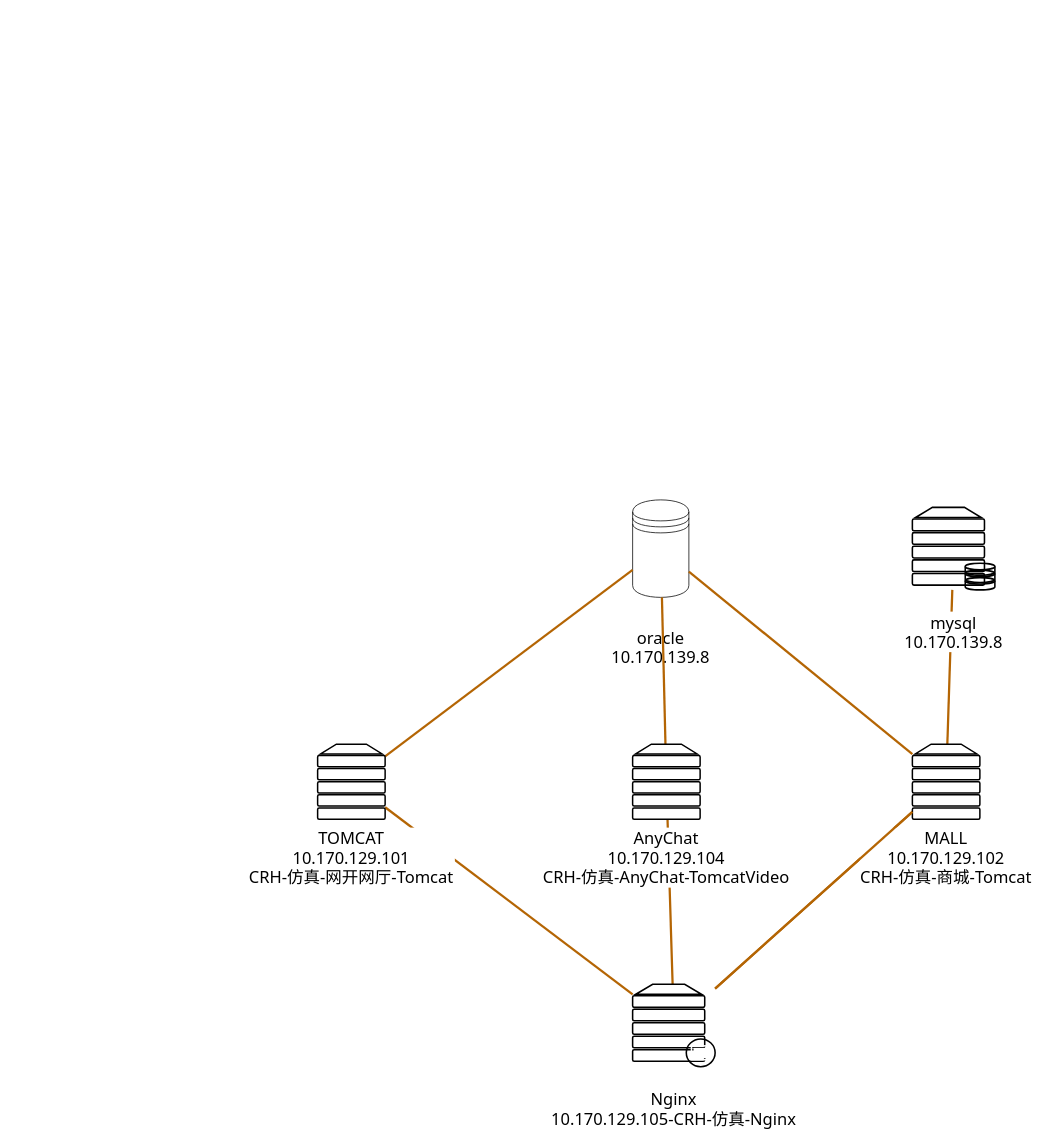
Earlier version of the draw.io diagram page "仿真环境系统逻辑图" (6 of 6) of 财人汇物理.drawio (chengs2035/draw.io). Source tidied: cells renumbered, new cells numbered last; positions are measured from the earlier drawing's top-left corner, leaving out a move shared by most shapes. Both pictures are drawn from the tidied source at 75%, with x=0, y=0 at pixel (317, 500).
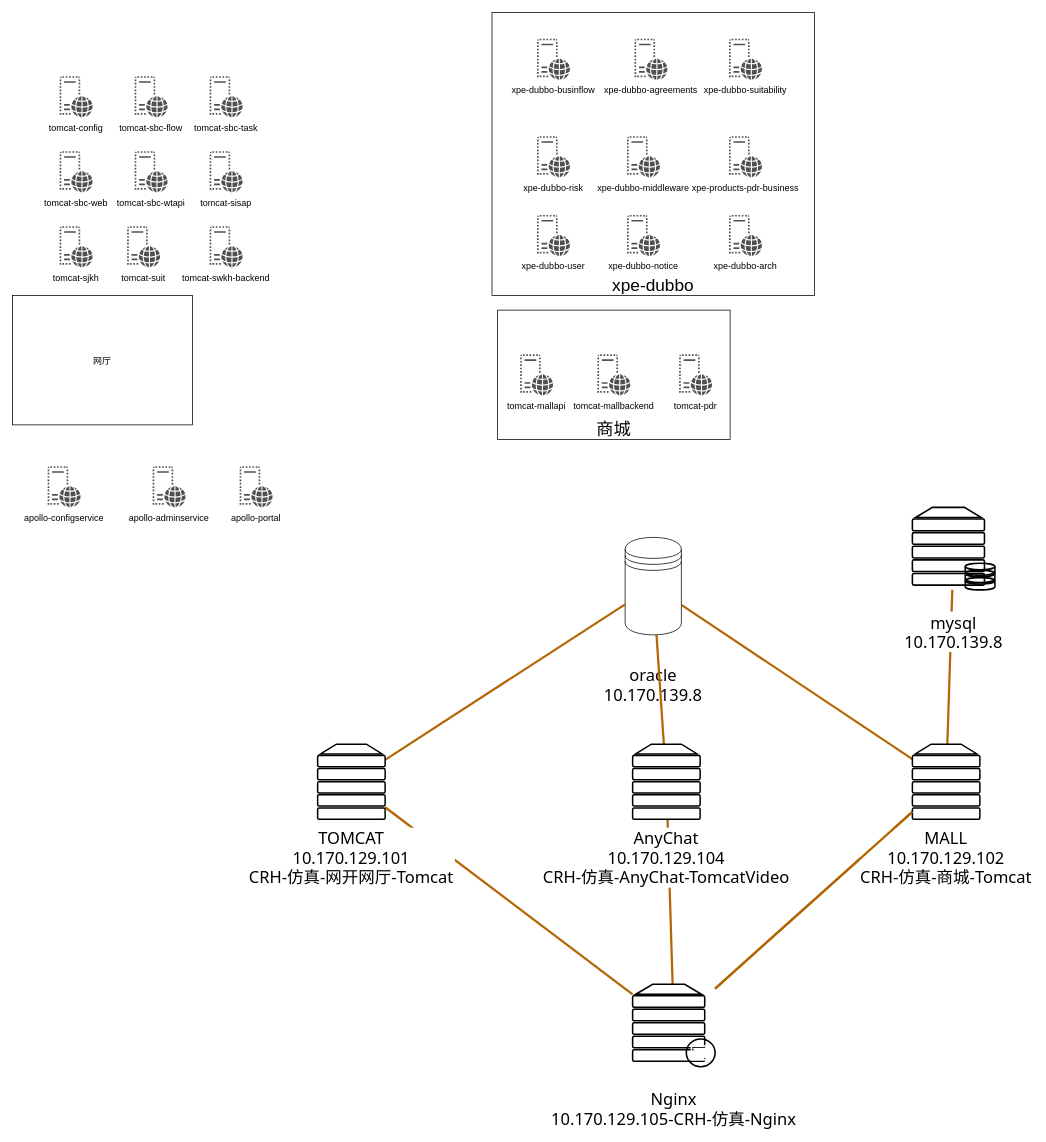
The same page after the edit.

What changed in the source:
```diff
@@
     <mxCell id="2" value="oracle&#10;10.170.139.8" style="shape=datastore;verticalAlign=middle;spacingBottom=0;fillColor=none;labelBackgroundColor=default;fontFamily=Tahoma;spacing=2;fontSize=22;labelPosition=center;verticalLabelPosition=bottom;align=center;" parent="1" vertex="1">
-      <mxGeometry x="420" width="75" height="130" as="geometry" />
+      <mxGeometry x="410" y="50" width="75" height="130" as="geometry" />
     </mxCell>
@@
+    <mxCell id="16" value="tomcat-config" style="sketch=0;shadow=0;dashed=0;strokeColor=none;fillColor=#505050;labelPosition=center;verticalLabelPosition=bottom;verticalAlign=top;align=center;shape=mxgraph.office.servers.virtual_web_server;" parent="1" vertex="1">
+      <mxGeometry x="-344" y="-565" width="44" height="55" as="geometry" />
+    </mxCell>
+    <mxCell id="17" value="tomcat-sbc-flow" style="sketch=0;shadow=0;dashed=0;strokeColor=none;fillColor=#505050;labelPosition=center;verticalLabelPosition=bottom;verticalAlign=top;align=center;shape=mxgraph.office.servers.virtual_web_server;" parent="1" vertex="1">
+      <mxGeometry x="-244" y="-565" width="44" height="55" as="geometry" />
+    </mxCell>
+    <mxCell id="18" value="tomcat-sbc-task" style="sketch=0;shadow=0;dashed=0;strokeColor=none;fillColor=#505050;labelPosition=center;verticalLabelPosition=bottom;verticalAlign=top;align=center;shape=mxgraph.office.servers.virtual_web_server;" parent="1" vertex="1">
+      <mxGeometry x="-144" y="-565" width="44" height="55" as="geometry" />
+    </mxCell>
+    <mxCell id="19" value="tomcat-sbc-web" style="sketch=0;shadow=0;dashed=0;strokeColor=none;fillColor=#505050;labelPosition=center;verticalLabelPosition=bottom;verticalAlign=top;align=center;shape=mxgraph.office.servers.virtual_web_server;" parent="1" vertex="1">
+      <mxGeometry x="-344" y="-465" width="44" height="55" as="geometry" />
+    </mxCell>
+    <mxCell id="20" value="tomcat-sbc-wtapi" style="sketch=0;shadow=0;dashed=0;strokeColor=none;fillColor=#505050;labelPosition=center;verticalLabelPosition=bottom;verticalAlign=top;align=center;shape=mxgraph.office.servers.virtual_web_server;" parent="1" vertex="1">
+      <mxGeometry x="-244" y="-465" width="44" height="55" as="geometry" />
+    </mxCell>
+    <mxCell id="21" value="tomcat-sisap" style="sketch=0;shadow=0;dashed=0;strokeColor=none;fillColor=#505050;labelPosition=center;verticalLabelPosition=bottom;verticalAlign=top;align=center;shape=mxgraph.office.servers.virtual_web_server;" parent="1" vertex="1">
+      <mxGeometry x="-144" y="-465" width="44" height="55" as="geometry" />
+    </mxCell>
+    <mxCell id="22" value="tomcat-sjkh" style="sketch=0;shadow=0;dashed=0;strokeColor=none;fillColor=#505050;labelPosition=center;verticalLabelPosition=bottom;verticalAlign=top;align=center;shape=mxgraph.office.servers.virtual_web_server;" parent="1" vertex="1">
+      <mxGeometry x="-344" y="-365" width="44" height="55" as="geometry" />
+    </mxCell>
+    <mxCell id="23" value="tomcat-suit" style="sketch=0;shadow=0;dashed=0;strokeColor=none;fillColor=#505050;labelPosition=center;verticalLabelPosition=bottom;verticalAlign=top;align=center;shape=mxgraph.office.servers.virtual_web_server;" parent="1" vertex="1">
+      <mxGeometry x="-254" y="-365" width="44" height="55" as="geometry" />
+    </mxCell>
+    <mxCell id="24" value="tomcat-swkh-backend" style="sketch=0;shadow=0;dashed=0;strokeColor=none;fillColor=#505050;labelPosition=center;verticalLabelPosition=bottom;verticalAlign=top;align=center;shape=mxgraph.office.servers.virtual_web_server;" parent="1" vertex="1">
+      <mxGeometry x="-144" y="-365" width="44" height="55" as="geometry" />
+    </mxCell>
+    <mxCell id="25" value="apollo-configservice" style="sketch=0;shadow=0;dashed=0;strokeColor=none;fillColor=#505050;labelPosition=center;verticalLabelPosition=bottom;verticalAlign=top;align=center;shape=mxgraph.office.servers.virtual_web_server;" parent="1" vertex="1">
+      <mxGeometry x="-360" y="-45" width="44" height="55" as="geometry" />
+    </mxCell>
+    <mxCell id="26" value="apollo-adminservice" style="sketch=0;shadow=0;dashed=0;strokeColor=none;fillColor=#505050;labelPosition=center;verticalLabelPosition=bottom;verticalAlign=top;align=center;shape=mxgraph.office.servers.virtual_web_server;" parent="1" vertex="1">
+      <mxGeometry x="-220" y="-45" width="44" height="55" as="geometry" />
+    </mxCell>
+    <mxCell id="27" value="apollo-portal" style="sketch=0;shadow=0;dashed=0;strokeColor=none;fillColor=#505050;labelPosition=center;verticalLabelPosition=bottom;verticalAlign=top;align=center;shape=mxgraph.office.servers.virtual_web_server;" parent="1" vertex="1">
+      <mxGeometry x="-104" y="-45" width="44" height="55" as="geometry" />
+    </mxCell>
+    <mxCell id="28" style="group;fontSize=25;" parent="1" vertex="1">
+      <mxGeometry x="240" y="-253" width="310" height="172.5" as="geometry" />
+    </mxCell>
+    <mxCell id="29" value="商城" style="verticalAlign=bottom;fontSize=23;" parent="28" vertex="1">
+      <mxGeometry width="310" height="172.5" as="geometry" />
+    </mxCell>
+    <mxCell id="30" value="tomcat-mallapi" style="sketch=0;shadow=0;dashed=0;strokeColor=none;fillColor=#505050;labelPosition=center;verticalLabelPosition=bottom;verticalAlign=top;align=center;shape=mxgraph.office.servers.virtual_web_server;" parent="28" vertex="1">
+      <mxGeometry x="30" y="58.8" width="44" height="55" as="geometry" />
+    </mxCell>
+    <mxCell id="31" value="tomcat-mallbackend" style="sketch=0;shadow=0;dashed=0;strokeColor=none;fillColor=#505050;labelPosition=center;verticalLabelPosition=bottom;verticalAlign=top;align=center;shape=mxgraph.office.servers.virtual_web_server;" parent="28" vertex="1">
+      <mxGeometry x="133" y="58.8" width="44" height="55" as="geometry" />
+    </mxCell>
+    <mxCell id="32" value="tomcat-pdr" style="sketch=0;shadow=0;dashed=0;strokeColor=none;fillColor=#505050;labelPosition=center;verticalLabelPosition=bottom;verticalAlign=top;align=center;shape=mxgraph.office.servers.virtual_web_server;" parent="28" vertex="1">
+      <mxGeometry x="242" y="58.8" width="44" height="55" as="geometry" />
+    </mxCell>
+    <mxCell id="33" style="group;" parent="1" vertex="1">
+      <mxGeometry x="232.5" y="-650" width="430" height="377.5" as="geometry" />
+    </mxCell>
+    <mxCell id="34" value="xpe-dubbo" style="verticalAlign=bottom;fontSize=23;" parent="33" vertex="1">
+      <mxGeometry width="430" height="377.5" as="geometry" />
+    </mxCell>
+    <mxCell id="35" value="xpe-dubbo-user" style="sketch=0;shadow=0;dashed=0;strokeColor=none;fillColor=#505050;labelPosition=center;verticalLabelPosition=bottom;verticalAlign=top;align=center;shape=mxgraph.office.servers.virtual_web_server;" parent="33" vertex="1">
+      <mxGeometry x="60" y="270" width="44" height="55" as="geometry" />
+    </mxCell>
+    <mxCell id="36" value="xpe-dubbo-notice" style="sketch=0;shadow=0;dashed=0;strokeColor=none;fillColor=#505050;labelPosition=center;verticalLabelPosition=bottom;verticalAlign=top;align=center;shape=mxgraph.office.servers.virtual_web_server;" parent="33" vertex="1">
+      <mxGeometry x="180" y="270" width="44" height="55" as="geometry" />
+    </mxCell>
+    <mxCell id="37" value="xpe-dubbo-arch" style="sketch=0;shadow=0;dashed=0;strokeColor=none;fillColor=#505050;labelPosition=center;verticalLabelPosition=bottom;verticalAlign=top;align=center;shape=mxgraph.office.servers.virtual_web_server;" parent="33" vertex="1">
+      <mxGeometry x="316" y="270" width="44" height="55" as="geometry" />
+    </mxCell>
+    <mxCell id="38" value="xpe-dubbo-businflow" style="sketch=0;shadow=0;dashed=0;strokeColor=none;fillColor=#505050;labelPosition=center;verticalLabelPosition=bottom;verticalAlign=top;align=center;shape=mxgraph.office.servers.virtual_web_server;" parent="33" vertex="1">
+      <mxGeometry x="60" y="35" width="44" height="55" as="geometry" />
+    </mxCell>
+    <mxCell id="39" value="xpe-dubbo-agreements" style="sketch=0;shadow=0;dashed=0;strokeColor=none;fillColor=#505050;labelPosition=center;verticalLabelPosition=bottom;verticalAlign=top;align=center;shape=mxgraph.office.servers.virtual_web_server;" parent="33" vertex="1">
+      <mxGeometry x="190" y="35" width="44" height="55" as="geometry" />
+    </mxCell>
+    <mxCell id="40" value="xpe-dubbo-suitability" style="sketch=0;shadow=0;dashed=0;strokeColor=none;fillColor=#505050;labelPosition=center;verticalLabelPosition=bottom;verticalAlign=top;align=center;shape=mxgraph.office.servers.virtual_web_server;" parent="33" vertex="1">
+      <mxGeometry x="316" y="35" width="44" height="55" as="geometry" />
+    </mxCell>
+    <mxCell id="41" value="xpe-dubbo-risk" style="sketch=0;shadow=0;dashed=0;strokeColor=none;fillColor=#505050;labelPosition=center;verticalLabelPosition=bottom;verticalAlign=top;align=center;shape=mxgraph.office.servers.virtual_web_server;" parent="33" vertex="1">
+      <mxGeometry x="60" y="165" width="44" height="55" as="geometry" />
+    </mxCell>
+    <mxCell id="42" value="xpe-dubbo-middleware" style="sketch=0;shadow=0;dashed=0;strokeColor=none;fillColor=#505050;labelPosition=center;verticalLabelPosition=bottom;verticalAlign=top;align=center;shape=mxgraph.office.servers.virtual_web_server;" parent="33" vertex="1">
+      <mxGeometry x="180" y="165" width="44" height="55" as="geometry" />
+    </mxCell>
+    <mxCell id="43" value="xpe-products-pdr-business" style="sketch=0;shadow=0;dashed=0;strokeColor=none;fillColor=#505050;labelPosition=center;verticalLabelPosition=bottom;verticalAlign=top;align=center;shape=mxgraph.office.servers.virtual_web_server;" parent="33" vertex="1">
+      <mxGeometry x="316" y="165" width="44" height="55" as="geometry" />
+    </mxCell>
+    <mxCell id="44" value="网厅" parent="1" vertex="1">
+      <mxGeometry x="-407" y="-272.5" width="240" height="172.5" as="geometry" />
+    </mxCell>
```
